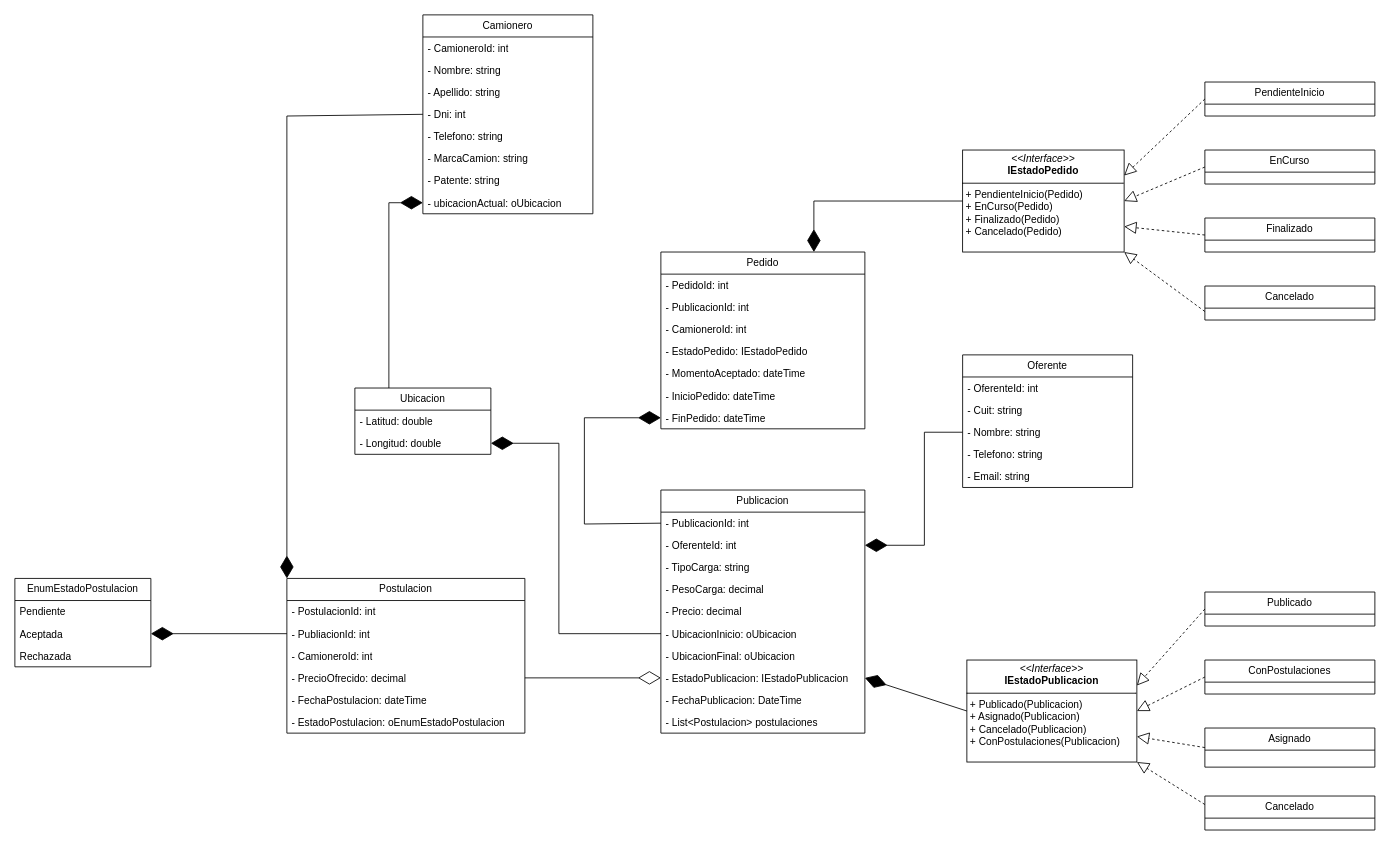
The draw.io diagram CargaGO.drawio in Francisco-Galea/Diagramas-y-Otros, before the edit. Source tidied: cells renumbered, new cells numbered last; positions are measured from the earlier drawing's top-left corner, leaving out a move shared by most shapes. Both pictures are drawn from the tidied source at 85%, with x=0, y=0 at pixel (14, 14).
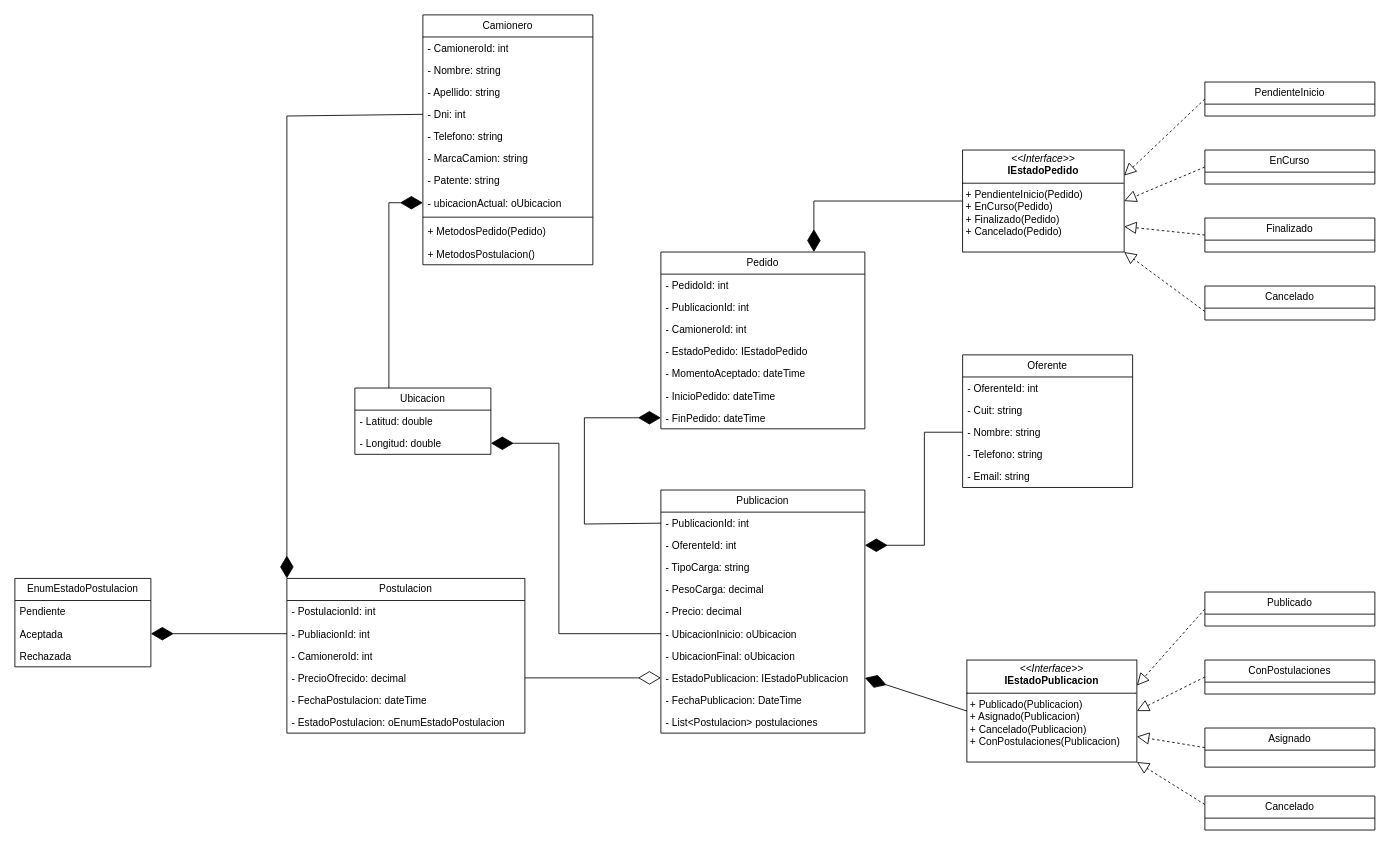
After the change.

Diff of the diagram source:
```diff
@@
     <mxCell id="2" value="Camionero" style="swimlane;fontStyle=0;horizontal=1;startSize=26;fillColor=none;whiteSpace=wrap;html=1;" parent="1" vertex="1">
-      <mxGeometry x="480" width="200" height="234" as="geometry" />
+      <mxGeometry x="480" width="200" height="294" as="geometry" />
     </mxCell>
@@
+    <mxCell id="77" style="line;strokeWidth=1;fillColor=none;align=left;verticalAlign=middle;spacingTop=-1;spacingLeft=3;spacingRight=3;labelPosition=right;strokeColor=inherit;" parent="2" vertex="1">
+      <mxGeometry y="234" width="200" height="8" as="geometry" />
+    </mxCell>
+    <mxCell id="78" value="+ MetodosPedido(Pedido)" style="text;strokeColor=none;fillColor=none;align=left;verticalAlign=top;spacingLeft=4;spacingRight=4;overflow=hidden;whiteSpace=wrap;html=1;" parent="2" vertex="1">
+      <mxGeometry y="242" width="200" height="26" as="geometry" />
+    </mxCell>
+    <mxCell id="79" value="+ MetodosPostulacion()" style="text;strokeColor=none;fillColor=none;align=left;verticalAlign=top;spacingLeft=4;spacingRight=4;overflow=hidden;whiteSpace=wrap;html=1;" parent="2" vertex="1">
+      <mxGeometry y="268" width="200" height="26" as="geometry" />
+    </mxCell>
```
